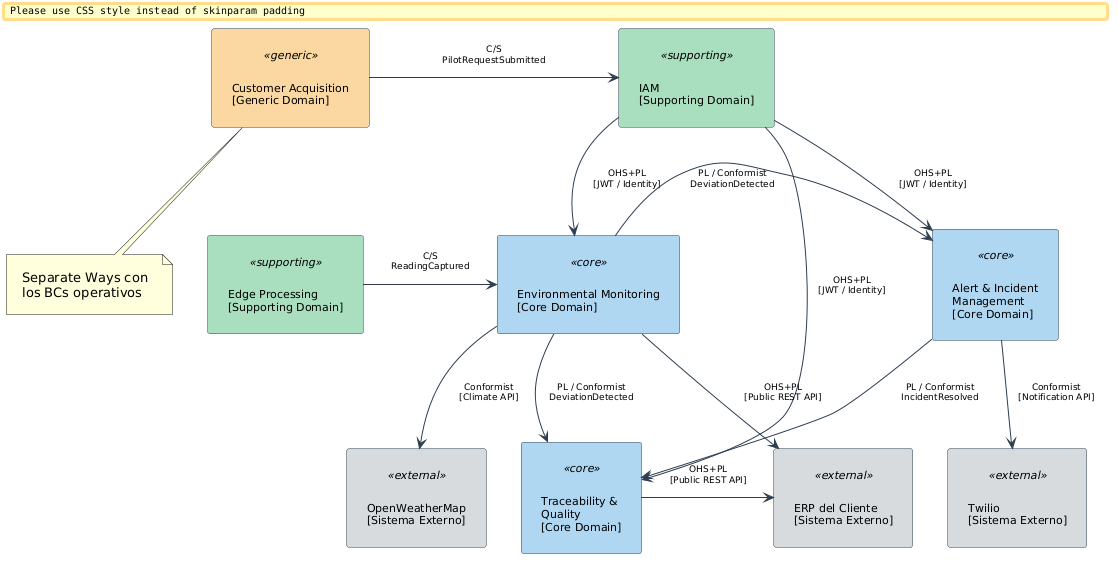
Earlier version of the PlantUML export assets/img/chapter-4/Context_Mapping/Context_Mapping_MachineGuard.png (MachineGuard/MachineGuard-Documentation). Its diagram source:
```plantuml
@startuml
skinparam rectangle {
  BackgroundColor<<core>> #AED6F1
  BackgroundColor<<supporting>> #A9DFBF
  BackgroundColor<<generic>> #FAD7A0
  BackgroundColor<<external>> #D7DBDD
  BorderColor #2C3E50
  FontSize 11
}
skinparam arrow {
  Color #2C3E50
  FontSize 9
}
skinparam padding 10

rectangle "Customer Acquisition\n[Generic Domain]" <<generic>> as CA
rectangle "IAM\n[Supporting Domain]" <<supporting>> as IAM
rectangle "Environmental Monitoring\n[Core Domain]" <<core>> as EM
rectangle "Alert & Incident\nManagement\n[Core Domain]" <<core>> as AIM
rectangle "Traceability &\nQuality\n[Core Domain]" <<core>> as TQ
rectangle "Edge Processing\n[Supporting Domain]" <<supporting>> as EP
rectangle "ERP del Cliente\n[Sistema Externo]" <<external>> as ERP
rectangle "Twilio\n[Sistema Externo]" <<external>> as TW
rectangle "OpenWeatherMap\n[Sistema Externo]" <<external>> as OWM

CA -right-> IAM : "C/S\nPilotRequestSubmitted"
IAM -down-> EM : "OHS+PL\n[JWT / Identity]"
IAM -down-> AIM : "OHS+PL\n[JWT / Identity]"
IAM -down-> TQ : "OHS+PL\n[JWT / Identity]"
EP -right-> EM : "C/S\nReadingCaptured"
EM -right-> AIM : "PL / Conformist\nDeviationDetected"
EM -down-> TQ : "PL / Conformist\nDeviationDetected"
AIM -down-> TQ : "PL / Conformist\nIncidentResolved"
EM -right-> ERP : "OHS+PL\n[Public REST API]"
TQ -right-> ERP : "OHS+PL\n[Public REST API]"
AIM -down-> TW : "Conformist\n[Notification API]"
EM -down-> OWM : "Conformist\n[Climate API]"

note bottom of CA
  Separate Ways con
  los BCs operativos
end note
@enduml
```
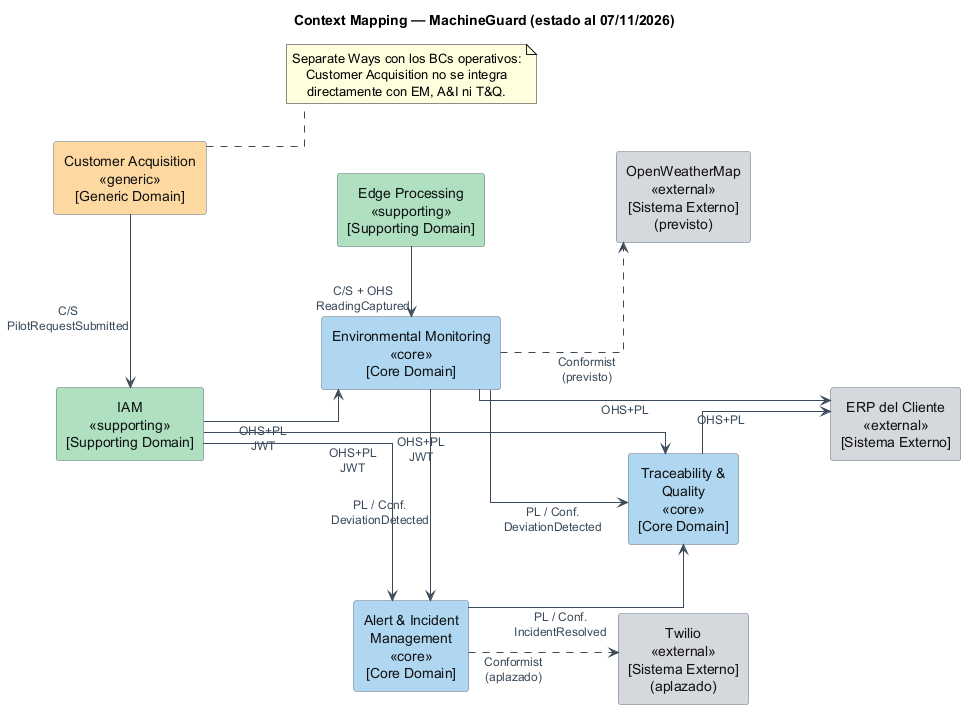
Later version of the same file.

What changed in the source:
```diff
@@ -1,43 +1,51 @@
-@startuml
+@startuml context-mapping-machineguard
+skinparamlocked linetype ortho
+title Context Mapping — MachineGuard (estado al 07/11/2026)
+
+skinparam defaultTextAlignment center
+skinparam shadowing false
+skinparam ArrowColor #3A4A5A
+skinparam ArrowFontSize 12
+skinparam ArrowFontColor #3A4A5A
 skinparam rectangle {
-  BackgroundColor<<core>> #AED6F1
-  BackgroundColor<<supporting>> #A9DFBF
-  BackgroundColor<<generic>> #FAD7A0
-  BackgroundColor<<external>> #D7DBDD
-  BorderColor #2C3E50
-  FontSize 11
+  BorderColor #5A6B7B
+  FontColor #111111
+  FontSize 14
 }
-skinparam arrow {
-  Color #2C3E50
-  FontSize 9
-}
-skinparam padding 10
+skinparam nodesep 70
+skinparam ranksep 80
 
-rectangle "Customer Acquisition\n[Generic Domain]" <<generic>> as CA
-rectangle "IAM\n[Supporting Domain]" <<supporting>> as IAM
-rectangle "Environmental Monitoring\n[Core Domain]" <<core>> as EM
-rectangle "Alert & Incident\nManagement\n[Core Domain]" <<core>> as AIM
-rectangle "Traceability &\nQuality\n[Core Domain]" <<core>> as TQ
-rectangle "Edge Processing\n[Supporting Domain]" <<supporting>> as EP
-rectangle "ERP del Cliente\n[Sistema Externo]" <<external>> as ERP
-rectangle "Twilio\n[Sistema Externo]" <<external>> as TW
-rectangle "OpenWeatherMap\n[Sistema Externo]" <<external>> as OWM
+left to right direction
 
-CA -right-> IAM : "C/S\nPilotRequestSubmitted"
-IAM -down-> EM : "OHS+PL\n[JWT / Identity]"
-IAM -down-> AIM : "OHS+PL\n[JWT / Identity]"
-IAM -down-> TQ : "OHS+PL\n[JWT / Identity]"
-EP -right-> EM : "C/S\nReadingCaptured"
-EM -right-> AIM : "PL / Conformist\nDeviationDetected"
-EM -down-> TQ : "PL / Conformist\nDeviationDetected"
-AIM -down-> TQ : "PL / Conformist\nIncidentResolved"
-EM -right-> ERP : "OHS+PL\n[Public REST API]"
-TQ -right-> ERP : "OHS+PL\n[Public REST API]"
-AIM -down-> TW : "Conformist\n[Notification API]"
-EM -down-> OWM : "Conformist\n[Climate API]"
+rectangle "Customer Acquisition\n<<generic>>\n[Generic Domain]" as CA #FDD9A0
+rectangle "IAM\n<<supporting>>\n[Supporting Domain]" as IAM #AEE0C1
+rectangle "Edge Processing\n<<supporting>>\n[Supporting Domain]" as EDGE #AEE0C1
+rectangle "Environmental Monitoring\n<<core>>\n[Core Domain]" as EM #AED6F1
+rectangle "Alert & Incident\nManagement\n<<core>>\n[Core Domain]" as AIM #AED6F1
+rectangle "Traceability &\nQuality\n<<core>>\n[Core Domain]" as TQ #AED6F1
 
-note bottom of CA
-  Separate Ways con
-  los BCs operativos
+rectangle "ERP del Cliente\n<<external>>\n[Sistema Externo]" as ERP #D5D8DC
+rectangle "OpenWeatherMap\n<<external>>\n[Sistema Externo]\n(previsto)" as OWM #D5D8DC
+rectangle "Twilio\n<<external>>\n[Sistema Externo]\n(aplazado)" as TW #D5D8DC
+
+CA -right-> IAM : C/S\nPilotRequestSubmitted
+EDGE -right-> EM : C/S + OHS\nReadingCaptured
+IAM -down-> EM : OHS+PL\nJWT
+IAM -right-> AIM : OHS+PL\nJWT
+IAM -down-> TQ : OHS+PL\nJWT
+EM -right-> AIM : PL / Conf.\nDeviationDetected
+EM -down-> TQ : PL / Conf.\nDeviationDetected
+AIM -down-> TQ : PL / Conf.\nIncidentResolved
+EM -down-> ERP : OHS+PL
+TQ -down-> ERP : OHS+PL
+EM .down.> OWM : Conformist\n(previsto)
+AIM .down.> TW : Conformist\n(aplazado)
+
+note as N_SEP
+  Separate Ways con los BCs operativos:
+  Customer Acquisition no se integra
+  directamente con EM, A&I ni T&Q.
 end note
+CA .. N_SEP
+
 @enduml
```
